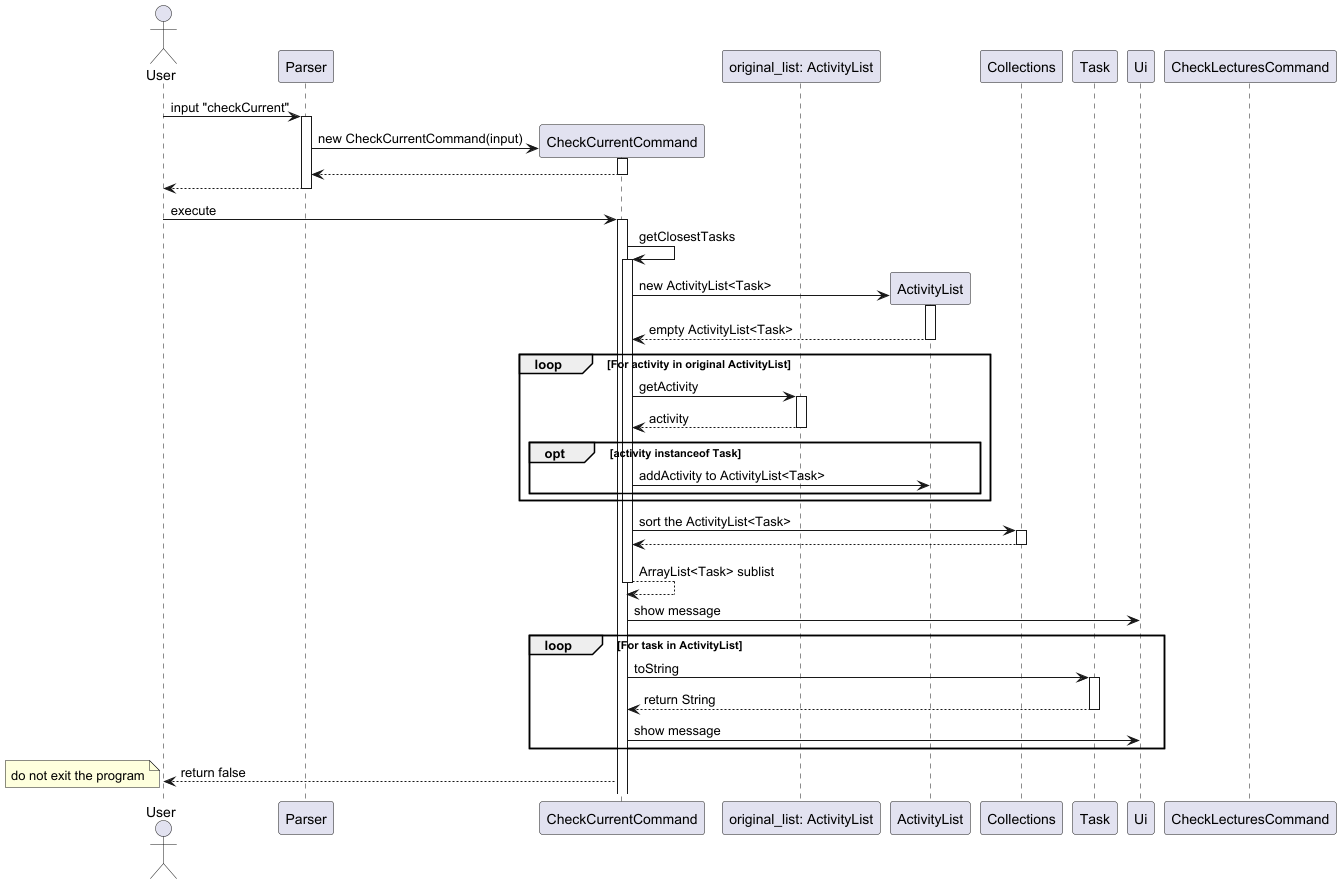
Above: docs/images/checkCurrent_sequence.png in Kennahh/tp (PlantUML), before the change.
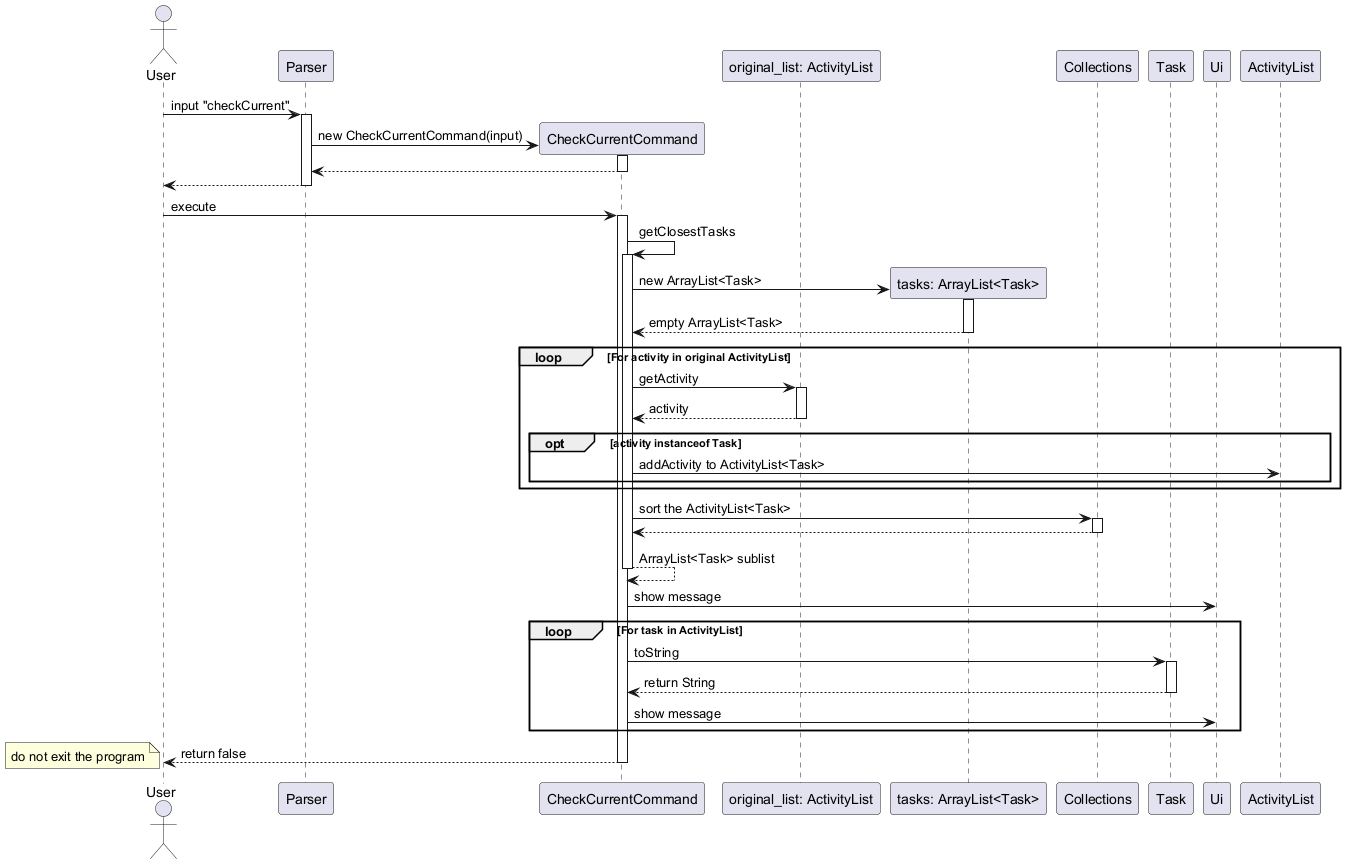
Later version of the same file.

The edit, as a diff of the source:
```diff
@@ -3,7 +3,7 @@
 participant Parser
 participant CheckCurrentCommand
 participant "original_list: ActivityList" as original_list
-participant ActivityList
+participant "tasks: ArrayList<Task>" as tasks
 participant Collections
 participant Task
 participant Ui
@@ -22,11 +22,11 @@
 activate CheckCurrentCommand
 CheckCurrentCommand -> CheckCurrentCommand: getClosestTasks
 activate CheckCurrentCommand
-create ActivityList
-CheckCurrentCommand -> ActivityList: new ActivityList<Task>
-activate ActivityList
-ActivityList --> CheckCurrentCommand: empty ActivityList<Task>
-deactivate ActivityList
+create tasks
+CheckCurrentCommand -> tasks: new ArrayList<Task>
+activate tasks
+tasks --> CheckCurrentCommand: empty ArrayList<Task>
+deactivate tasks
 loop For activity in original ActivityList
     CheckCurrentCommand -> original_list: getActivity
     activate original_list
@@ -54,6 +54,6 @@
 
 CheckCurrentCommand --> User: return false
 note left: do not exit the program
-deactivate CheckLecturesCommand
+deactivate CheckCurrentCommand
 
 @enduml
```
